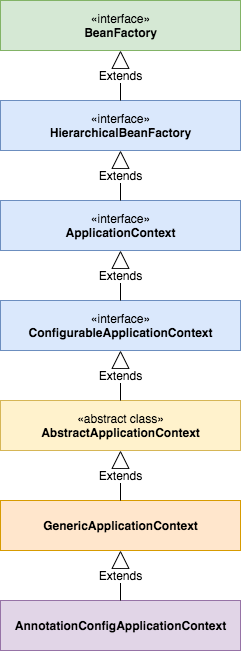
Earlier version of the draw.io export blog/.vuepress/public/image/spring/annotation-application-context-hierarchy.png (347255699/my-blog). Source tidied: cells renumbered, new cells last; positions are measured from the earlier drawing's top-left corner, leaving out a move shared by most shapes. Its diagram source:
```xml
<mxGraphModel>
  <root>
    <mxCell id="0" />
    <mxCell id="1" parent="0" />
    <mxCell id="2" value="«interface»&lt;br&gt;&lt;b&gt;BeanFactory&lt;/b&gt;" style="html=1;fillColor=#d5e8d4;strokeColor=#82b366;" parent="1" vertex="1">
      <mxGeometry width="240" height="50" as="geometry" />
    </mxCell>
    <mxCell id="3" value="«interface»&lt;br&gt;&lt;b&gt;HierarchicalBeanFactory&lt;br&gt;&lt;/b&gt;" style="html=1;fillColor=#dae8fc;strokeColor=#6c8ebf;" parent="1" vertex="1">
      <mxGeometry y="100" width="240" height="50" as="geometry" />
    </mxCell>
    <mxCell id="4" value="«interface»&lt;br&gt;&lt;b&gt;ApplicationContext&lt;/b&gt;" style="html=1;fillColor=#dae8fc;strokeColor=#6c8ebf;" parent="1" vertex="1">
      <mxGeometry y="200" width="240" height="50" as="geometry" />
    </mxCell>
    <mxCell id="5" value="«interface»&lt;br&gt;&lt;b&gt;ConfigurableApplicationContext&lt;/b&gt;" style="html=1;fillColor=#dae8fc;strokeColor=#6c8ebf;" parent="1" vertex="1">
      <mxGeometry y="300" width="240" height="50" as="geometry" />
    </mxCell>
    <mxCell id="6" value="«abstract class»&lt;br&gt;&lt;b&gt;AbstractApplicationContext&lt;/b&gt;" style="html=1;fillColor=#fff2cc;strokeColor=#d6b656;" parent="1" vertex="1">
      <mxGeometry y="400" width="240" height="50" as="geometry" />
    </mxCell>
    <mxCell id="7" value="&lt;b&gt;GenericApplicationContext&lt;/b&gt;" style="html=1;fillColor=#ffe6cc;strokeColor=#d79b00;" parent="1" vertex="1">
      <mxGeometry y="500" width="240" height="50" as="geometry" />
    </mxCell>
    <mxCell id="8" value="&lt;b&gt;AnnotationConfigApplicationContext&lt;/b&gt;" style="html=1;fillColor=#e1d5e7;strokeColor=#9673a6;" parent="1" vertex="1">
      <mxGeometry y="600" width="240" height="50" as="geometry" />
    </mxCell>
    <mxCell id="9" value="Extends" style="endArrow=block;endSize=16;endFill=0;html=1;exitX=0.5;exitY=0;exitDx=0;exitDy=0;" parent="1" edge="1" source="3" target="2">
      <mxGeometry relative="1" as="geometry" />
    </mxCell>
    <mxCell id="10" value="Extends" style="endArrow=block;endSize=16;endFill=0;html=1;exitX=0.5;exitY=0;exitDx=0;exitDy=0;entryX=0.5;entryY=1;entryDx=0;entryDy=0;" parent="1" edge="1" source="4" target="3">
      <mxGeometry relative="1" as="geometry" />
    </mxCell>
    <mxCell id="11" value="Extends" style="endArrow=block;endSize=16;endFill=0;html=1;exitX=0.5;exitY=0;exitDx=0;exitDy=0;entryX=0.5;entryY=1;entryDx=0;entryDy=0;" parent="1" edge="1" source="5" target="4">
      <mxGeometry relative="1" as="geometry" />
    </mxCell>
    <mxCell id="12" value="Extends" style="endArrow=block;endSize=16;endFill=0;html=1;exitX=0.5;exitY=0;exitDx=0;exitDy=0;" parent="1" edge="1" source="6" target="5">
      <mxGeometry relative="1" as="geometry" />
    </mxCell>
    <mxCell id="13" value="Extends" style="endArrow=block;endSize=16;endFill=0;html=1;entryX=0.5;entryY=1;entryDx=0;entryDy=0;" parent="1" edge="1" target="6">
      <mxGeometry relative="1" as="geometry">
        <mxPoint x="120" y="500" as="sourcePoint" />
      </mxGeometry>
    </mxCell>
    <mxCell id="14" value="Extends" style="endArrow=block;endSize=16;endFill=0;html=1;exitX=0.5;exitY=0;exitDx=0;exitDy=0;" parent="1" edge="1" source="8" target="7">
      <mxGeometry relative="1" as="geometry" />
    </mxCell>
  </root>
</mxGraphModel>
```
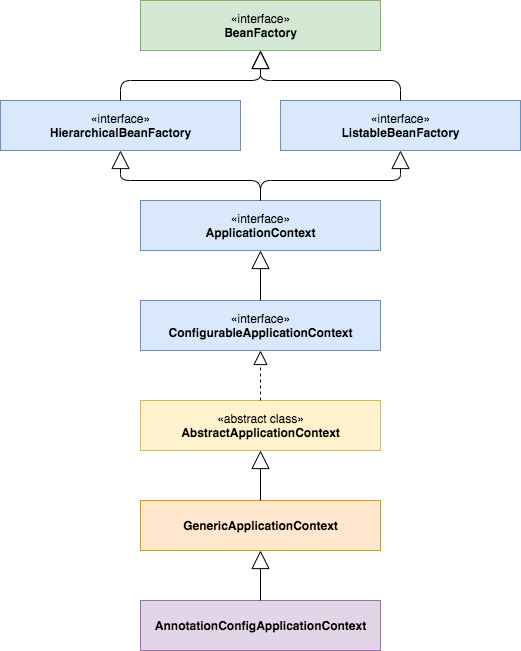
The same file after the commit.

What changed in the source:
```diff
@@ -6,7 +6,7 @@
       <mxGeometry width="240" height="50" as="geometry" />
     </mxCell>
     <mxCell id="3" value="«interface»&lt;br&gt;&lt;b&gt;HierarchicalBeanFactory&lt;br&gt;&lt;/b&gt;" style="html=1;fillColor=#dae8fc;strokeColor=#6c8ebf;" parent="1" vertex="1">
-      <mxGeometry y="100" width="240" height="50" as="geometry" />
+      <mxGeometry x="-140" y="100" width="240" height="50" as="geometry" />
     </mxCell>
     <mxCell id="4" value="«interface»&lt;br&gt;&lt;b&gt;ApplicationContext&lt;/b&gt;" style="html=1;fillColor=#dae8fc;strokeColor=#6c8ebf;" parent="1" vertex="1">
       <mxGeometry y="200" width="240" height="50" as="geometry" />
@@ -23,25 +23,55 @@
     <mxCell id="8" value="&lt;b&gt;AnnotationConfigApplicationContext&lt;/b&gt;" style="html=1;fillColor=#e1d5e7;strokeColor=#9673a6;" parent="1" vertex="1">
       <mxGeometry y="600" width="240" height="50" as="geometry" />
     </mxCell>
-    <mxCell id="9" value="Extends" style="endArrow=block;endSize=16;endFill=0;html=1;exitX=0.5;exitY=0;exitDx=0;exitDy=0;" parent="1" edge="1" source="3" target="2">
-      <mxGeometry relative="1" as="geometry" />
+    <mxCell id="9" style="endArrow=block;endSize=16;endFill=0;html=1;exitX=0.5;exitY=0;exitDx=0;exitDy=0;entryX=0.5;entryY=1;entryDx=0;entryDy=0;" parent="1" edge="1" source="3" target="2">
+      <mxGeometry relative="1" as="geometry">
+        <Array as="points">
+          <mxPoint x="-20" y="80" />
+          <mxPoint x="120" y="80" />
+        </Array>
+      </mxGeometry>
     </mxCell>
-    <mxCell id="10" value="Extends" style="endArrow=block;endSize=16;endFill=0;html=1;exitX=0.5;exitY=0;exitDx=0;exitDy=0;entryX=0.5;entryY=1;entryDx=0;entryDy=0;" parent="1" edge="1" source="4" target="3">
-      <mxGeometry relative="1" as="geometry" />
+    <mxCell id="10" style="endArrow=block;endSize=16;endFill=0;html=1;exitX=0.5;exitY=0;exitDx=0;exitDy=0;entryX=0.5;entryY=1;entryDx=0;entryDy=0;" parent="1" edge="1" source="4" target="3">
+      <mxGeometry relative="1" as="geometry">
+        <Array as="points">
+          <mxPoint x="120" y="180" />
+          <mxPoint x="-20" y="180" />
+        </Array>
+      </mxGeometry>
     </mxCell>
-    <mxCell id="11" value="Extends" style="endArrow=block;endSize=16;endFill=0;html=1;exitX=0.5;exitY=0;exitDx=0;exitDy=0;entryX=0.5;entryY=1;entryDx=0;entryDy=0;" parent="1" edge="1" source="5" target="4">
+    <mxCell id="11" style="endArrow=block;endSize=16;endFill=0;html=1;exitX=0.5;exitY=0;exitDx=0;exitDy=0;entryX=0.5;entryY=1;entryDx=0;entryDy=0;" parent="1" edge="1" source="5" target="4">
       <mxGeometry relative="1" as="geometry" />
     </mxCell>
-    <mxCell id="12" value="Extends" style="endArrow=block;endSize=16;endFill=0;html=1;exitX=0.5;exitY=0;exitDx=0;exitDy=0;" parent="1" edge="1" source="6" target="5">
-      <mxGeometry relative="1" as="geometry" />
-    </mxCell>
-    <mxCell id="13" value="Extends" style="endArrow=block;endSize=16;endFill=0;html=1;entryX=0.5;entryY=1;entryDx=0;entryDy=0;" parent="1" edge="1" target="6">
+    <mxCell id="13" style="endArrow=block;endSize=16;endFill=0;html=1;entryX=0.5;entryY=1;entryDx=0;entryDy=0;" parent="1" edge="1" target="6">
       <mxGeometry relative="1" as="geometry">
         <mxPoint x="120" y="500" as="sourcePoint" />
       </mxGeometry>
     </mxCell>
-    <mxCell id="14" value="Extends" style="endArrow=block;endSize=16;endFill=0;html=1;exitX=0.5;exitY=0;exitDx=0;exitDy=0;" parent="1" edge="1" source="8" target="7">
+    <mxCell id="14" style="endArrow=block;endSize=16;endFill=0;html=1;exitX=0.5;exitY=0;exitDx=0;exitDy=0;" parent="1" edge="1" source="8" target="7">
       <mxGeometry relative="1" as="geometry" />
     </mxCell>
+    <mxCell id="12" style="endArrow=block;dashed=1;endFill=0;endSize=12;html=1;exitX=0.5;exitY=0;exitDx=0;exitDy=0;" parent="1" edge="1" source="6" target="5">
+      <mxGeometry relative="1" as="geometry" />
+    </mxCell>
+    <mxCell id="15" value="«interface»&lt;br&gt;&lt;b&gt;ListableBeanFactory&lt;br&gt;&lt;/b&gt;" style="html=1;fillColor=#dae8fc;strokeColor=#6c8ebf;" parent="1" vertex="1">
+      <mxGeometry x="140" y="100" width="240" height="50" as="geometry" />
+    </mxCell>
+    <mxCell id="16" style="endArrow=block;endSize=16;endFill=0;html=1;exitX=0.5;exitY=0;exitDx=0;exitDy=0;entryX=0.5;entryY=1;entryDx=0;entryDy=0;" parent="1" edge="1" source="15" target="2">
+      <mxGeometry relative="1" as="geometry">
+        <Array as="points">
+          <mxPoint x="260" y="80" />
+          <mxPoint x="120" y="80" />
+        </Array>
+      </mxGeometry>
+    </mxCell>
+    <mxCell id="17" style="endArrow=block;endSize=16;endFill=0;html=1;entryX=0.5;entryY=1;entryDx=0;entryDy=0;" parent="1" edge="1" target="15">
+      <mxGeometry relative="1" as="geometry">
+        <mxPoint x="120" y="200" as="sourcePoint" />
+        <Array as="points">
+          <mxPoint x="120" y="180" />
+          <mxPoint x="260" y="180" />
+        </Array>
+      </mxGeometry>
+    </mxCell>
   </root>
 </mxGraphModel>
```
